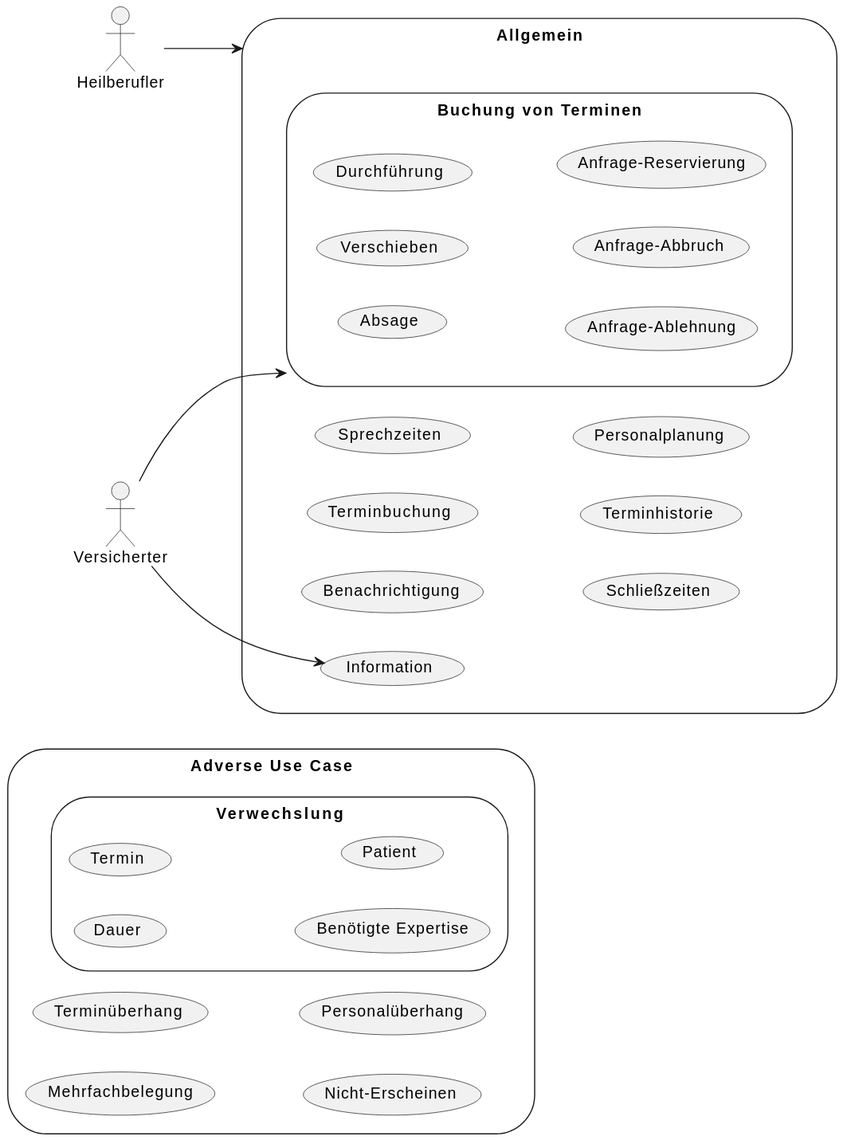
Above: Material/images/diagrams/usecases.svg in gematik/spec-ISiK-Terminplanung (PlantUML), before the change.
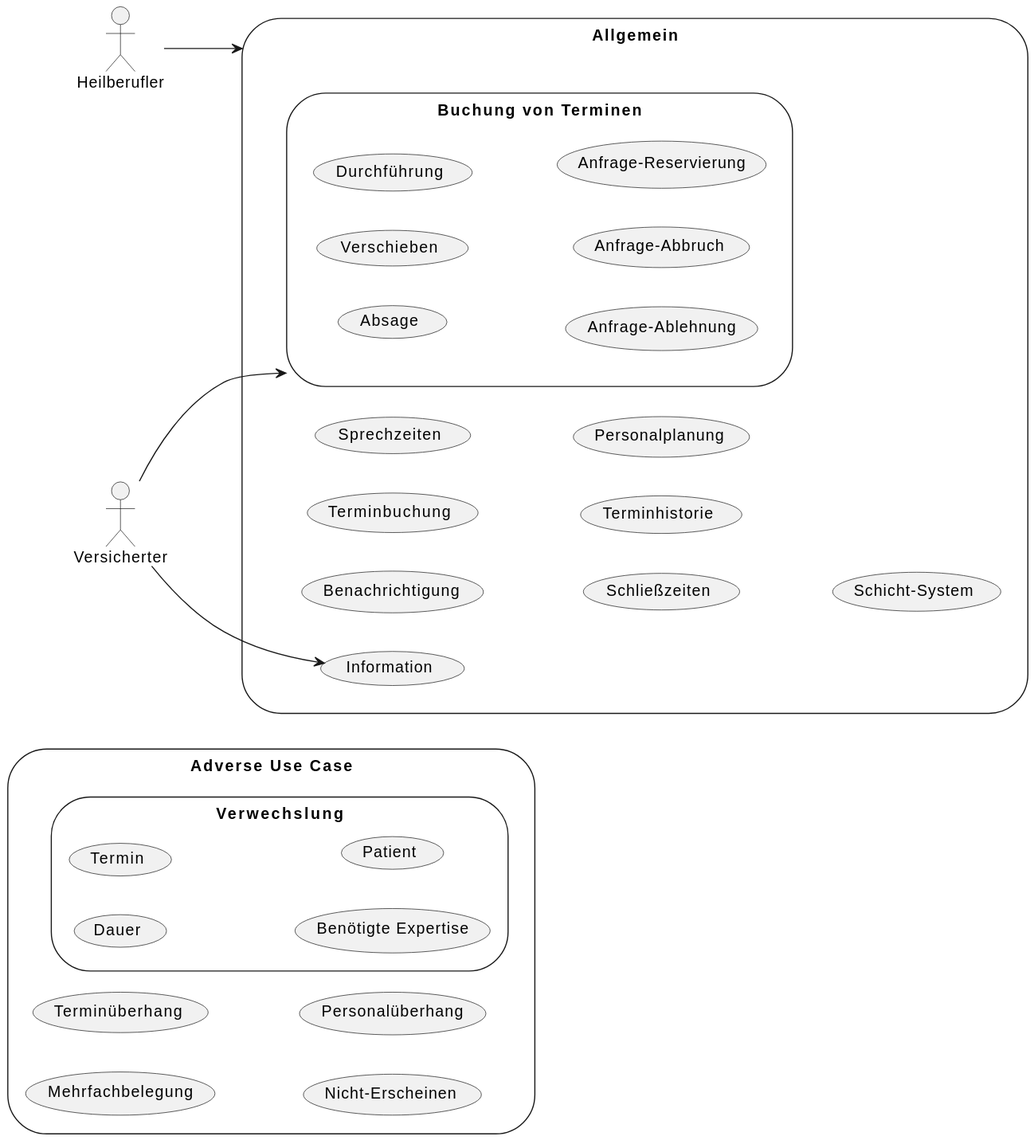
Later version of the same file.

Commit message:
auto-generated diagrams by GitHub Action after source code change

The edit, as a diff of the source:
```diff
@@ -24,6 +24,7 @@
     (Schließzeiten)
     (Terminhistorie)
     (Personalplanung)
+    (Schicht-System)
     storage booKUC as "Buchung von Terminen"{
         (Absage)
         (Verschieben)
```
